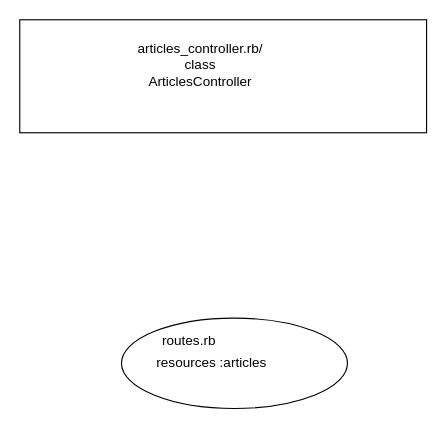
Above: Untitled Diagram.drawio in humblewolf/peanut-butter (draw.io), before the change. Source tidied: cells renumbered, new cells numbered last; positions are measured from the earlier drawing's top-left corner, leaving out a move shared by most shapes. Both pictures are drawn from the tidied source at 113%, with x=0, y=0 at pixel (19, 19).
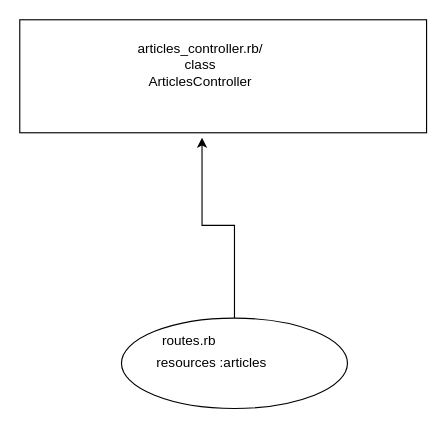
Above is the later version.

Change to the diagram source:
```diff
@@
 <mxGraphModel>
   <root>
     <mxCell id="0" />
     <mxCell id="1" parent="0" />
     <mxCell id="2" style="group;" parent="1" vertex="1">
       <mxGeometry x="90" y="264" width="200" height="80" as="geometry" />
     </mxCell>
     <mxCell id="3" style="ellipse;whiteSpace=wrap;html=1;" parent="2" vertex="1">
       <mxGeometry width="200" height="80" as="geometry" />
     </mxCell>
     <mxCell id="4" value="routes.rb" style="text;html=1;strokeColor=none;fillColor=none;align=center;verticalAlign=middle;whiteSpace=wrap;rounded=0;" parent="2" vertex="1">
       <mxGeometry x="40" y="10" width="40" height="20" as="geometry" />
     </mxCell>
     <mxCell id="5" value="resources :articles" style="text;html=1;strokeColor=none;fillColor=none;align=center;verticalAlign=middle;whiteSpace=wrap;rounded=0;" parent="2" vertex="1">
       <mxGeometry x="20" y="30" width="120" height="20" as="geometry" />
     </mxCell>
     <mxCell id="6" style="rounded=0;whiteSpace=wrap;html=1;" parent="1" vertex="1">
       <mxGeometry width="360" height="100" as="geometry" />
     </mxCell>
     <mxCell id="7" value="articles_controller.rb/ class ArticlesController" style="text;html=1;strokeColor=none;fillColor=none;align=center;verticalAlign=middle;whiteSpace=wrap;rounded=0;" parent="1" vertex="1">
       <mxGeometry x="130" y="30" width="60" height="20" as="geometry" />
     </mxCell>
+    <mxCell id="8" style="edgeStyle=orthogonalEdgeStyle;rounded=0;jettySize=auto;html=1;entryX=0.448;entryY=1.043;entryDx=0;entryDy=0;entryPerimeter=0;" parent="1" edge="1" source="3" target="6">
+      <mxGeometry relative="1" as="geometry" />
+    </mxCell>
   </root>
 </mxGraphModel>
```
